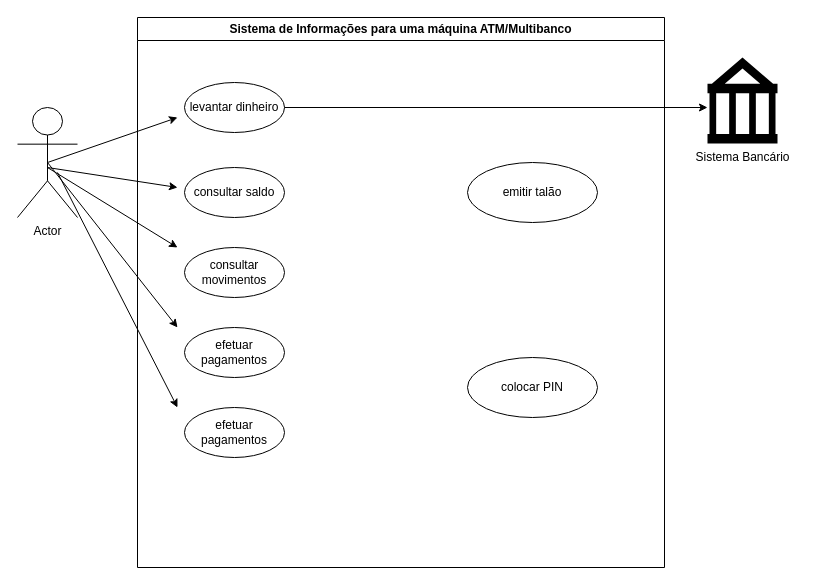
Earlier version of the draw.io diagram tarefa-dia-2/UsesCases_MB.drawio (fabiootavio1/aprenda-a-programar). Source tidied: cells renumbered, new cells numbered last; positions are measured from the earlier drawing's top-left corner, leaving out a move shared by most shapes. Both pictures are drawn from the tidied source at 100%, with x=0, y=0 at pixel (17, 17).
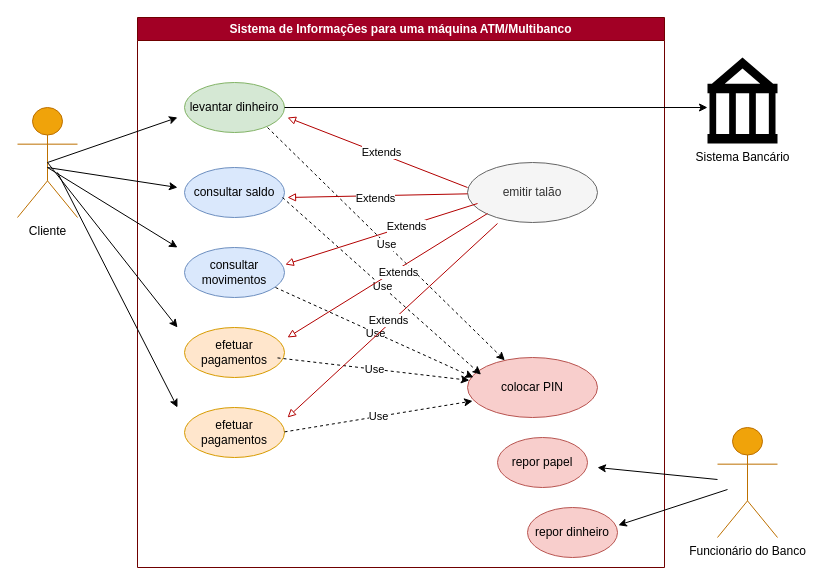
The same page after the edit.

Change to the diagram source:
```diff
@@
-    <mxCell id="2" value="Actor" style="shape=umlActor;verticalLabelPosition=bottom;verticalAlign=top;html=1;outlineConnect=0;" parent="1" vertex="1">
+    <mxCell id="2" value="Cliente" style="shape=umlActor;verticalLabelPosition=bottom;verticalAlign=top;html=1;outlineConnect=0;fillColor=#f0a30a;fontColor=#000000;strokeColor=#BD7000;" parent="1" vertex="1">
       <mxGeometry y="90" width="60" height="110" as="geometry" />
     </mxCell>
-    <mxCell id="3" value="Sistema de Informações para uma máquina ATM/Multibanco" style="swimlane;whiteSpace=wrap;html=1;" parent="1" vertex="1">
+    <mxCell id="3" value="Sistema de Informações para uma máquina ATM/Multibanco" style="swimlane;whiteSpace=wrap;html=1;fillColor=#a20025;fontColor=#ffffff;strokeColor=#6F0000;" parent="1" vertex="1">
       <mxGeometry x="120" width="527" height="550" as="geometry" />
     </mxCell>
-    <mxCell id="4" value="levantar dinheiro" style="ellipse;whiteSpace=wrap;html=1;" parent="3" vertex="1">
+    <mxCell id="4" value="levantar dinheiro" style="ellipse;whiteSpace=wrap;html=1;fillColor=#d5e8d4;strokeColor=#82b366;" parent="3" vertex="1">
       <mxGeometry x="47" y="65" width="100" height="50" as="geometry" />
     </mxCell>
-    <mxCell id="5" value="consultar saldo" style="ellipse;whiteSpace=wrap;html=1;" parent="3" vertex="1">
+    <mxCell id="5" value="consultar saldo" style="ellipse;whiteSpace=wrap;html=1;fillColor=#dae8fc;strokeColor=#6c8ebf;" parent="3" vertex="1">
       <mxGeometry x="47" y="150" width="100" height="50" as="geometry" />
     </mxCell>
-    <mxCell id="6" value="consultar movimentos" style="ellipse;whiteSpace=wrap;html=1;" parent="3" vertex="1">
+    <mxCell id="6" value="consultar movimentos" style="ellipse;whiteSpace=wrap;html=1;fillColor=#dae8fc;strokeColor=#6c8ebf;" parent="3" vertex="1">
       <mxGeometry x="47" y="230" width="100" height="50" as="geometry" />
     </mxCell>
-    <mxCell id="7" value="efetuar pagamentos" style="ellipse;whiteSpace=wrap;html=1;" parent="3" vertex="1">
+    <mxCell id="7" value="efetuar pagamentos" style="ellipse;whiteSpace=wrap;html=1;fillColor=#ffe6cc;strokeColor=#d79b00;" parent="3" vertex="1">
       <mxGeometry x="47" y="310" width="100" height="50" as="geometry" />
     </mxCell>
-    <mxCell id="8" value="efetuar pagamentos" style="ellipse;whiteSpace=wrap;html=1;" parent="3" vertex="1">
+    <mxCell id="8" value="efetuar pagamentos" style="ellipse;whiteSpace=wrap;html=1;fillColor=#ffe6cc;strokeColor=#d79b00;" parent="3" vertex="1">
       <mxGeometry x="47" y="390" width="100" height="50" as="geometry" />
     </mxCell>
-    <mxCell id="9" value="colocar PIN" style="ellipse;whiteSpace=wrap;html=1;" parent="3" vertex="1">
+    <mxCell id="9" value="colocar PIN" style="ellipse;whiteSpace=wrap;html=1;fillColor=#f8cecc;strokeColor=#b85450;" parent="3" vertex="1">
       <mxGeometry x="330" y="340" width="130" height="60" as="geometry" />
     </mxCell>
@@
-    <mxCell id="12" value="emitir talão" style="ellipse;whiteSpace=wrap;html=1;" parent="3" vertex="1">
+    <mxCell id="12" value="emitir talão" style="ellipse;whiteSpace=wrap;html=1;fillColor=#f5f5f5;fontColor=#333333;strokeColor=#666666;" parent="3" vertex="1">
       <mxGeometry x="330" y="145" width="130" height="60" as="geometry" />
     </mxCell>
+    <mxCell id="18" style="endArrow=classic;html=1;rounded=0;entryX=0.039;entryY=0.725;entryDx=0;entryDy=0;entryPerimeter=0;dashed=1;" parent="3" edge="1" target="9">
+      <mxGeometry relative="1" as="geometry">
+        <mxPoint x="147" y="414.4" as="sourcePoint" />
+      </mxGeometry>
+    </mxCell>
+    <mxCell id="19" value="Use" style="edgeLabel;html=1;align=center;verticalAlign=middle;" parent="18" vertex="1">
+      <mxGeometry relative="1" as="geometry" />
+    </mxCell>
+    <mxCell id="20" style="endArrow=classic;html=1;rounded=0;dashed=1;" parent="3" edge="1" target="9">
+      <mxGeometry relative="1" as="geometry">
+        <mxPoint x="140" y="340.4" as="sourcePoint" />
+      </mxGeometry>
+    </mxCell>
+    <mxCell id="21" value="Use" style="edgeLabel;html=1;align=center;verticalAlign=middle;" parent="20" vertex="1">
+      <mxGeometry relative="1" as="geometry" />
+    </mxCell>
+    <mxCell id="22" style="endArrow=classic;html=1;rounded=0;dashed=1;" parent="3" edge="1" target="9">
+      <mxGeometry relative="1" as="geometry">
+        <mxPoint x="130" y="110" as="sourcePoint" />
+      </mxGeometry>
+    </mxCell>
+    <mxCell id="23" value="Use" style="edgeLabel;html=1;align=center;verticalAlign=middle;" parent="22" vertex="1">
+      <mxGeometry relative="1" as="geometry" />
+    </mxCell>
+    <mxCell id="24" style="endArrow=classic;html=1;rounded=0;dashed=1;entryX=0.104;entryY=0.285;entryDx=0;entryDy=0;entryPerimeter=0;" parent="3" edge="1" target="9">
+      <mxGeometry relative="1" as="geometry">
+        <mxPoint x="145" y="180" as="sourcePoint" />
+      </mxGeometry>
+    </mxCell>
+    <mxCell id="25" value="Use" style="edgeLabel;html=1;align=center;verticalAlign=middle;" parent="24" vertex="1">
+      <mxGeometry relative="1" as="geometry" />
+    </mxCell>
+    <mxCell id="26" style="endArrow=classic;html=1;rounded=0;dashed=1;entryX=0.046;entryY=0.332;entryDx=0;entryDy=0;entryPerimeter=0;" parent="3" edge="1" target="9">
+      <mxGeometry relative="1" as="geometry">
+        <mxPoint x="138" y="270" as="sourcePoint" />
+      </mxGeometry>
+    </mxCell>
+    <mxCell id="27" value="Use" style="edgeLabel;html=1;align=center;verticalAlign=middle;" parent="26" vertex="1">
+      <mxGeometry relative="1" as="geometry" />
+    </mxCell>
+    <mxCell id="28" style="endArrow=block;html=1;rounded=0;endFill=0;fillColor=#e51400;strokeColor=#B20000;" parent="3" edge="1">
+      <mxGeometry relative="1" as="geometry">
+        <mxPoint x="330" y="170" as="sourcePoint" />
+        <mxPoint x="150" y="100" as="targetPoint" />
+      </mxGeometry>
+    </mxCell>
+    <mxCell id="29" value="Extends" style="edgeLabel;html=1;align=center;verticalAlign=middle;" parent="28" vertex="1">
+      <mxGeometry x="-0.03" y="-2" relative="1" as="geometry" />
+    </mxCell>
+    <mxCell id="30" value="repor papel" style="ellipse;whiteSpace=wrap;html=1;fillColor=#f8cecc;strokeColor=#b85450;" parent="3" vertex="1">
+      <mxGeometry x="360" y="420" width="90" height="50" as="geometry" />
+    </mxCell>
+    <mxCell id="31" value="repor dinheiro" style="ellipse;whiteSpace=wrap;html=1;fillColor=#f8cecc;strokeColor=#b85450;" parent="3" vertex="1">
+      <mxGeometry x="390" y="490" width="90" height="50" as="geometry" />
+    </mxCell>
@@
+    <mxCell id="32" style="endArrow=block;html=1;rounded=0;endFill=0;fillColor=#e51400;strokeColor=#B20000;" parent="1" edge="1" source="12">
+      <mxGeometry relative="1" as="geometry">
+        <mxPoint x="270" y="180" as="targetPoint" />
+      </mxGeometry>
+    </mxCell>
+    <mxCell id="33" value="Extends" style="edgeLabel;html=1;align=center;verticalAlign=middle;" parent="32" vertex="1">
+      <mxGeometry x="0.03" y="2" relative="1" as="geometry" />
+    </mxCell>
+    <mxCell id="34" style="endArrow=block;html=1;rounded=0;endFill=0;entryX=1.008;entryY=0.34;entryDx=0;entryDy=0;entryPerimeter=0;fillColor=#e51400;strokeColor=#B20000;" parent="1" edge="1" target="6">
+      <mxGeometry relative="1" as="geometry">
+        <mxPoint x="460" y="186" as="sourcePoint" />
+      </mxGeometry>
+    </mxCell>
+    <mxCell id="35" value="Extends" style="edgeLabel;html=1;align=center;verticalAlign=middle;" parent="34" vertex="1">
+      <mxGeometry x="-0.26" relative="1" as="geometry" />
+    </mxCell>
+    <mxCell id="36" style="endArrow=block;html=1;rounded=0;endFill=0;fillColor=#e51400;strokeColor=#B20000;" parent="1" edge="1">
+      <mxGeometry relative="1" as="geometry">
+        <mxPoint x="470" y="196" as="sourcePoint" />
+        <mxPoint x="270" y="320" as="targetPoint" />
+      </mxGeometry>
+    </mxCell>
+    <mxCell id="37" value="Extends" style="edgeLabel;html=1;align=center;verticalAlign=middle;" parent="36" vertex="1">
+      <mxGeometry x="-0.1" y="3" relative="1" as="geometry">
+        <mxPoint x="-1" as="offset" />
+      </mxGeometry>
+    </mxCell>
+    <mxCell id="38" style="endArrow=block;html=1;rounded=0;endFill=0;fillColor=#e51400;strokeColor=#B20000;" parent="1" edge="1">
+      <mxGeometry relative="1" as="geometry">
+        <mxPoint x="480" y="206" as="sourcePoint" />
+        <mxPoint x="270" y="400" as="targetPoint" />
+      </mxGeometry>
+    </mxCell>
+    <mxCell id="39" value="Extends" style="edgeLabel;html=1;align=center;verticalAlign=middle;" parent="38" vertex="1">
+      <mxGeometry x="0.02" y="-3" relative="1" as="geometry" />
+    </mxCell>
+    <mxCell id="40" value="Funcionário do Banco" style="shape=umlActor;verticalLabelPosition=bottom;verticalAlign=top;html=1;outlineConnect=0;fillColor=#f0a30a;fontColor=#000000;strokeColor=#BD7000;" parent="1" vertex="1">
+      <mxGeometry x="700" y="410" width="60" height="110" as="geometry" />
+    </mxCell>
+    <mxCell id="41" style="endArrow=classic;html=1;rounded=0;" parent="1" edge="1" source="40">
+      <mxGeometry relative="1" as="geometry">
+        <mxPoint x="580" y="450" as="targetPoint" />
+      </mxGeometry>
+    </mxCell>
+    <mxCell id="42" style="endArrow=classic;html=1;rounded=0;entryX=1.01;entryY=0.354;entryDx=0;entryDy=0;entryPerimeter=0;" parent="1" edge="1" target="31">
+      <mxGeometry relative="1" as="geometry">
+        <mxPoint x="710" y="472" as="sourcePoint" />
+      </mxGeometry>
+    </mxCell>
```
